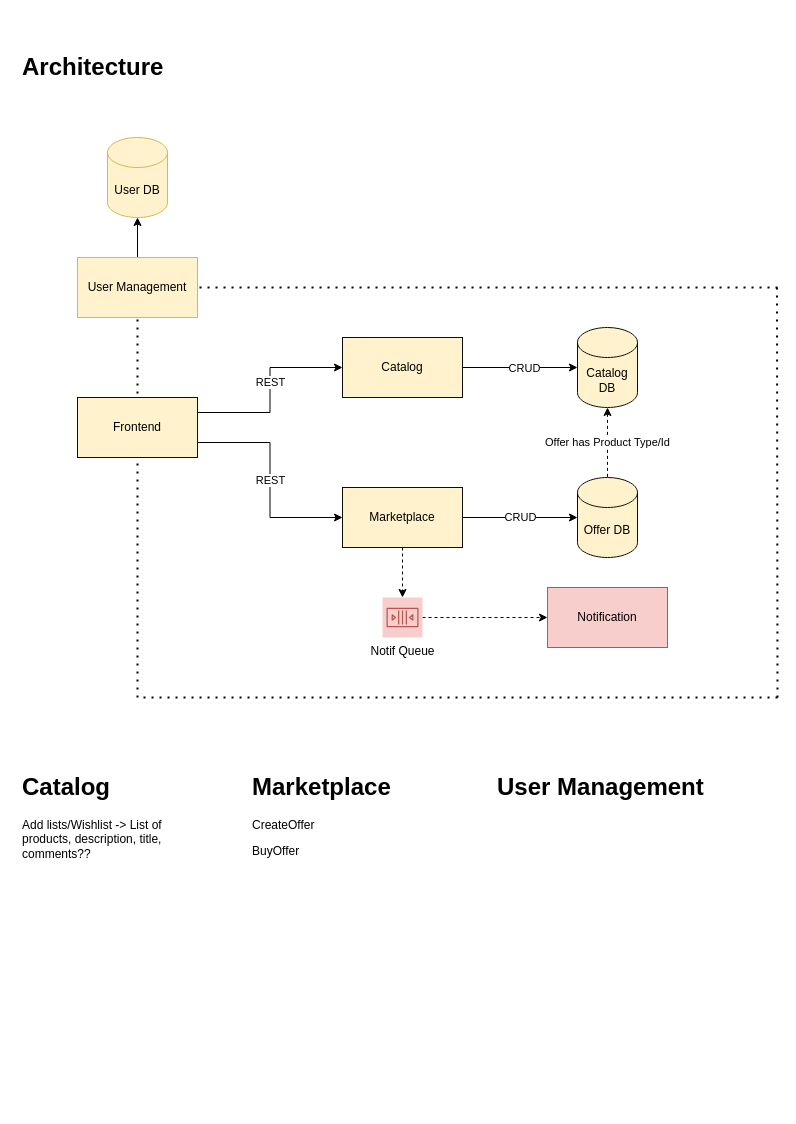
The draw.io diagram page "Architecture" (1 of 4) of doc/diagrams/architecture.drawio in FranciscoBarao/go-app, before the edit. Source tidied: cells renumbered, new cells numbered last; positions are measured from the earlier drawing's top-left corner, leaving out a move shared by most shapes. Both pictures are drawn from the tidied source at 100%, with x=0, y=0 at pixel (17, 47).
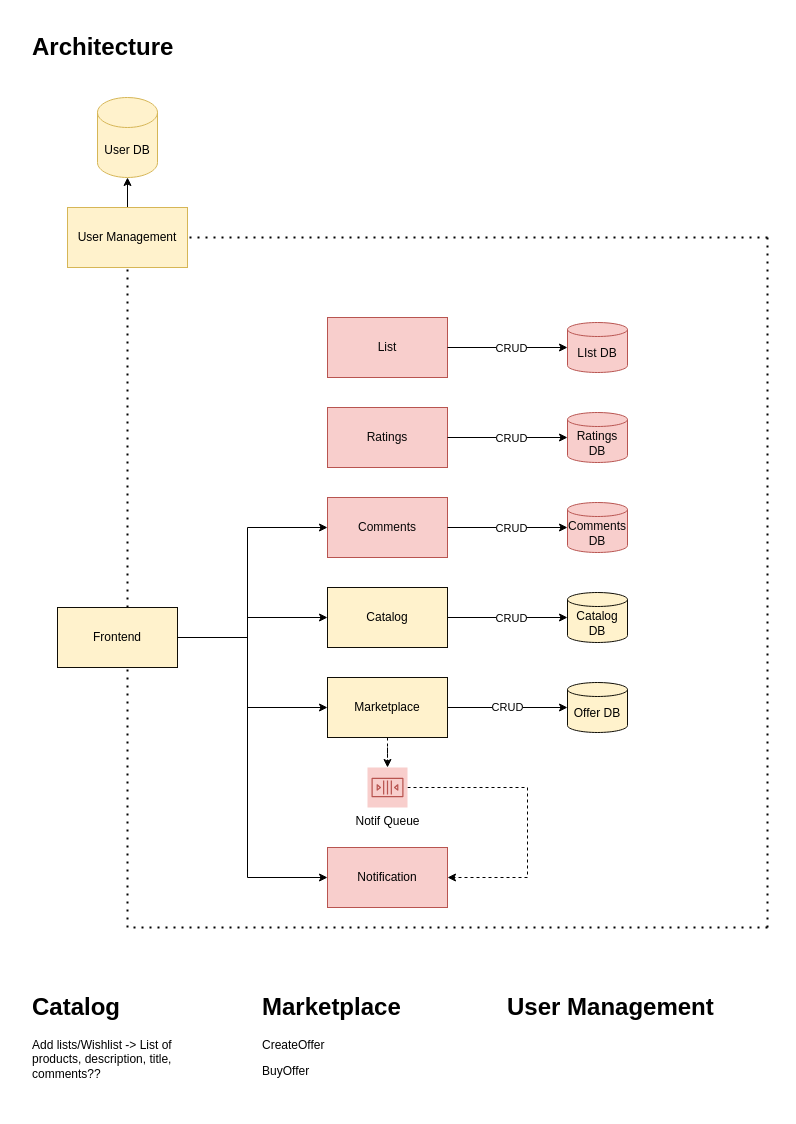
The same page after the edit.

The edit, as a diff of the source:
```diff
@@
     <mxCell id="4" value="Catalog" style="rounded=0;whiteSpace=wrap;html=1;fillColor=#fff2cc;strokeColor=#0F0D06;fontColor=#000000;" parent="1" vertex="1">
-      <mxGeometry x="325" y="290" width="120" height="60" as="geometry" />
+      <mxGeometry x="310" y="540" width="120" height="60" as="geometry" />
     </mxCell>
-    <mxCell id="5" value="Offer has Product Type/Id" style="edgeStyle=orthogonalEdgeStyle;rounded=0;jettySize=auto;html=1;dashed=1;verticalAlign=middle;startArrow=classic;startFill=1;endArrow=none;endFill=0;" parent="1" edge="1" source="6" target="11">
-      <mxGeometry relative="1" as="geometry" />
-    </mxCell>
-    <mxCell id="6" value="Catalog DB" style="shape=cylinder3;whiteSpace=wrap;html=1;boundedLbl=1;backgroundOutline=1;size=15;fillColor=#fff2cc;strokeColor=#0F0D06;fontColor=#000000;" parent="1" vertex="1">
-      <mxGeometry x="560" y="280" width="60" height="80" as="geometry" />
+    <mxCell id="6" value="Catalog DB" style="shape=cylinder3;whiteSpace=wrap;html=1;boundedLbl=1;backgroundOutline=1;size=7;fillColor=#fff2cc;strokeColor=#0F0D06;fontColor=#000000;" parent="1" vertex="1">
+      <mxGeometry x="550" y="545" width="60" height="50" as="geometry" />
     </mxCell>
-    <mxCell id="7" value="REST" style="edgeStyle=orthogonalEdgeStyle;rounded=0;jettySize=auto;html=1;exitX=1;exitY=0.25;exitDx=0;exitDy=0;entryX=0;entryY=0.5;entryDx=0;entryDy=0;" parent="1" edge="1" source="26" target="4">
-      <mxGeometry x="0.08" relative="1" as="geometry" />
+    <mxCell id="7" style="edgeStyle=orthogonalEdgeStyle;rounded=0;jettySize=auto;html=1;exitX=1;exitY=0.5;exitDx=0;exitDy=0;entryX=0;entryY=0.5;entryDx=0;entryDy=0;" parent="1" edge="1" source="26" target="4">
+      <mxGeometry x="0.08" relative="1" as="geometry">
+        <Array as="points">
+          <mxPoint x="230" y="590" />
+          <mxPoint x="230" y="570" />
+        </Array>
+      </mxGeometry>
     </mxCell>
     <mxCell id="8" value="CRUD" style="edgeStyle=orthogonalEdgeStyle;rounded=0;jettySize=auto;html=1;entryX=0;entryY=0.5;entryDx=0;entryDy=0;entryPerimeter=0;" parent="1" edge="1" source="10" target="11">
-      <mxGeometry relative="1" as="geometry" />
+      <mxGeometry relative="1" as="geometry">
+        <Array as="points">
+          <mxPoint x="500" y="660" />
+          <mxPoint x="500" y="660" />
+        </Array>
+      </mxGeometry>
     </mxCell>
@@
     <mxCell id="10" value="Marketplace" style="rounded=0;whiteSpace=wrap;html=1;fillColor=#fff2cc;strokeColor=#0F0D06;fontColor=#000000;" parent="1" vertex="1">
-      <mxGeometry x="325" y="440" width="120" height="60" as="geometry" />
+      <mxGeometry x="310" y="630" width="120" height="60" as="geometry" />
     </mxCell>
-    <mxCell id="11" value="Offer DB" style="shape=cylinder3;whiteSpace=wrap;html=1;boundedLbl=1;backgroundOutline=1;size=15;fillColor=#fff2cc;strokeColor=#0F0D06;fontColor=#000000;" parent="1" vertex="1">
-      <mxGeometry x="560" y="430" width="60" height="80" as="geometry" />
+    <mxCell id="11" value="Offer DB" style="shape=cylinder3;whiteSpace=wrap;html=1;boundedLbl=1;backgroundOutline=1;size=7;fillColor=#fff2cc;strokeColor=#0F0D06;fontColor=#000000;" parent="1" vertex="1">
+      <mxGeometry x="550" y="635" width="60" height="50" as="geometry" />
     </mxCell>
     <mxCell id="12" value="Notification" style="rounded=0;whiteSpace=wrap;html=1;fillColor=#f8cecc;strokeColor=#b85450;fontColor=#000000;" parent="1" vertex="1">
-      <mxGeometry x="530" y="540" width="120" height="60" as="geometry" />
+      <mxGeometry x="310" y="800" width="120" height="60" as="geometry" />
     </mxCell>
-    <mxCell id="13" value="REST" style="edgeStyle=orthogonalEdgeStyle;rounded=0;jettySize=auto;html=1;exitX=1;exitY=0.75;exitDx=0;exitDy=0;entryX=0;entryY=0.5;entryDx=0;entryDy=0;" parent="1" edge="1" source="26" target="10">
-      <mxGeometry relative="1" as="geometry" />
+    <mxCell id="13" style="edgeStyle=orthogonalEdgeStyle;rounded=0;jettySize=auto;html=1;exitX=1;exitY=0.5;exitDx=0;exitDy=0;entryX=0;entryY=0.5;entryDx=0;entryDy=0;" parent="1" edge="1" source="26" target="10">
+      <mxGeometry relative="1" as="geometry">
+        <Array as="points">
+          <mxPoint x="230" y="590" />
+          <mxPoint x="230" y="660" />
+        </Array>
+      </mxGeometry>
     </mxCell>
-    <mxCell id="14" style="edgeStyle=orthogonalEdgeStyle;rounded=0;jettySize=auto;html=1;dashed=1;entryX=0;entryY=0.5;entryDx=0;entryDy=0;" parent="1" edge="1" source="15" target="12">
+    <mxCell id="14" style="edgeStyle=orthogonalEdgeStyle;rounded=0;jettySize=auto;html=1;dashed=1;entryX=1;entryY=0.5;entryDx=0;entryDy=0;" parent="1" edge="1" source="15" target="12">
       <mxGeometry relative="1" as="geometry">
         <Array as="points">
-          <mxPoint x="530" y="570" />
+          <mxPoint x="510" y="740" />
+          <mxPoint x="510" y="830" />
         </Array>
       </mxGeometry>
     </mxCell>
     <mxCell id="15" value="Notif Queue" style="sketch=0;outlineConnect=0;strokeColor=#b85450;fillColor=#f8cecc;dashed=0;verticalLabelPosition=bottom;verticalAlign=top;align=center;html=1;fontSize=12;fontStyle=0;shape=mxgraph.aws4.resourceIcon;resIcon=mxgraph.aws4.queue;" parent="1" vertex="1">
-      <mxGeometry x="365" y="550" width="40" height="40" as="geometry" />
+      <mxGeometry x="350" y="720" width="40" height="40" as="geometry" />
     </mxCell>
     <mxCell id="16" value="&lt;h1&gt;Architecture&lt;/h1&gt;&lt;p&gt;&lt;br&gt;&lt;/p&gt;" style="text;html=1;strokeColor=none;fillColor=none;spacing=5;spacingTop=-20;whiteSpace=wrap;overflow=hidden;rounded=0;" parent="1" vertex="1">
-      <mxGeometry width="160" height="40" as="geometry" />
+      <mxGeometry x="10" y="-20" width="160" height="40" as="geometry" />
     </mxCell>
     <mxCell id="17" value="&lt;h1&gt;Marketplace&lt;/h1&gt;&lt;p&gt;CreateOffer&lt;/p&gt;&lt;p&gt;BuyOffer&lt;/p&gt;&lt;p&gt;&lt;br&gt;&lt;/p&gt;" style="text;html=1;strokeColor=none;fillColor=none;spacing=5;spacingTop=-20;whiteSpace=wrap;overflow=hidden;rounded=0;" parent="1" vertex="1">
-      <mxGeometry x="230" y="720" width="190" height="120" as="geometry" />
+      <mxGeometry x="240" y="940" width="190" height="120" as="geometry" />
     </mxCell>
     <mxCell id="18" value="&lt;h1&gt;Catalog&lt;/h1&gt;&lt;p&gt;&lt;span&gt;Add lists/Wishlist -&amp;gt; List of products, description, title, comments??&lt;/span&gt;&lt;br&gt;&lt;/p&gt;&lt;p&gt;&lt;br&gt;&lt;/p&gt;" style="text;html=1;strokeColor=none;fillColor=none;spacing=5;spacingTop=-20;whiteSpace=wrap;overflow=hidden;rounded=0;" parent="1" vertex="1">
-      <mxGeometry y="720" width="190" height="100" as="geometry" />
+      <mxGeometry x="10" y="940" width="190" height="120" as="geometry" />
     </mxCell>
@@
     <mxCell id="20" value="User Management" style="rounded=0;whiteSpace=wrap;html=1;fillColor=#fff2cc;strokeColor=#d6b656;fontColor=#000000;" parent="1" vertex="1">
-      <mxGeometry x="60" y="210" width="120" height="60" as="geometry" />
+      <mxGeometry x="50" y="160" width="120" height="60" as="geometry" />
     </mxCell>
     <mxCell id="21" value="&lt;h1&gt;User Management&lt;/h1&gt;" style="text;html=1;strokeColor=none;fillColor=none;spacing=5;spacingTop=-20;whiteSpace=wrap;overflow=hidden;rounded=0;" parent="1" vertex="1">
-      <mxGeometry x="475" y="720" width="230" height="120" as="geometry" />
+      <mxGeometry x="485" y="940" width="230" height="120" as="geometry" />
     </mxCell>
-    <mxCell id="22" style="endArrow=none;dashed=1;html=1;dashPattern=1 3;strokeWidth=2;rounded=0;" parent="1" edge="1">
+    <mxCell id="22" style="endArrow=none;dashed=1;html=1;dashPattern=1 3;strokeWidth=2;rounded=0;entryX=0.5;entryY=1;entryDx=0;entryDy=0;" parent="1" edge="1" target="20">
       <mxGeometry relative="1" as="geometry">
-        <mxPoint x="120" y="650" as="sourcePoint" />
-        <mxPoint x="120" y="270" as="targetPoint" />
+        <mxPoint x="110" y="880" as="sourcePoint" />
       </mxGeometry>
     </mxCell>
     <mxCell id="23" style="endArrow=none;dashed=1;html=1;dashPattern=1 3;strokeWidth=2;rounded=0;entryX=1;entryY=0.5;entryDx=0;entryDy=0;" parent="1" edge="1" target="20">
       <mxGeometry relative="1" as="geometry">
-        <mxPoint x="760" y="240" as="sourcePoint" />
+        <mxPoint x="750" y="190" as="sourcePoint" />
+        <Array as="points">
+          <mxPoint x="550" y="190" />
+        </Array>
       </mxGeometry>
     </mxCell>
     <mxCell id="24" style="endArrow=none;dashed=1;html=1;dashPattern=1 3;strokeWidth=2;rounded=0;" parent="1" edge="1">
       <mxGeometry relative="1" as="geometry">
-        <mxPoint x="760" y="650" as="sourcePoint" />
-        <mxPoint x="759.5" y="240" as="targetPoint" />
+        <mxPoint x="750" y="880" as="sourcePoint" />
+        <mxPoint x="750" y="190" as="targetPoint" />
       </mxGeometry>
     </mxCell>
     <mxCell id="25" style="endArrow=none;dashed=1;html=1;dashPattern=1 3;strokeWidth=2;rounded=0;" parent="1" edge="1">
       <mxGeometry relative="1" as="geometry">
-        <mxPoint x="760" y="650" as="sourcePoint" />
-        <mxPoint x="120" y="650" as="targetPoint" />
+        <mxPoint x="750" y="880" as="sourcePoint" />
+        <mxPoint x="110" y="880" as="targetPoint" />
       </mxGeometry>
     </mxCell>
     <mxCell id="26" value="Frontend" style="rounded=0;whiteSpace=wrap;html=1;fillColor=#fff2cc;strokeColor=#0F0D06;fontColor=#000000;" parent="1" vertex="1">
-      <mxGeometry x="60" y="350" width="120" height="60" as="geometry" />
+      <mxGeometry x="40" y="560" width="120" height="60" as="geometry" />
     </mxCell>
     <mxCell id="27" value="&lt;font color=&quot;#000000&quot;&gt;User DB&lt;/font&gt;" style="shape=cylinder3;whiteSpace=wrap;html=1;boundedLbl=1;backgroundOutline=1;size=15;fillColor=#fff2cc;strokeColor=#d6b656;" parent="1" vertex="1">
-      <mxGeometry x="90" y="90" width="60" height="80" as="geometry" />
+      <mxGeometry x="80" y="50" width="60" height="80" as="geometry" />
     </mxCell>
+    <mxCell id="28" value="&lt;font color=&quot;#080808&quot;&gt;Comments&lt;br&gt;&lt;/font&gt;" style="rounded=0;whiteSpace=wrap;html=1;fillColor=#f8cecc;strokeColor=#b85450;" parent="1" vertex="1">
+      <mxGeometry x="310" y="450" width="120" height="60" as="geometry" />
+    </mxCell>
+    <mxCell id="29" style="edgeStyle=orthogonalEdgeStyle;rounded=0;jettySize=auto;html=1;exitX=1;exitY=0.5;exitDx=0;exitDy=0;" parent="1" edge="1" source="28">
+      <mxGeometry relative="1" as="geometry">
+        <mxPoint x="550" y="480" as="targetPoint" />
+      </mxGeometry>
+    </mxCell>
+    <mxCell id="30" value="CRUD" style="edgeLabel;html=1;align=center;verticalAlign=middle;" parent="29" vertex="1">
+      <mxGeometry x="-0.32" relative="1" as="geometry">
+        <mxPoint x="22" as="offset" />
+      </mxGeometry>
+    </mxCell>
+    <mxCell id="31" style="edgeStyle=orthogonalEdgeStyle;rounded=0;jettySize=auto;html=1;exitX=1;exitY=0.5;exitDx=0;exitDy=0;entryX=0;entryY=0.5;entryDx=0;entryDy=0;" parent="1" edge="1" source="26" target="12">
+      <mxGeometry relative="1" as="geometry">
+        <Array as="points">
+          <mxPoint x="230" y="590" />
+          <mxPoint x="230" y="830" />
+        </Array>
+      </mxGeometry>
+    </mxCell>
+    <mxCell id="32" value="&lt;font color=&quot;#080808&quot;&gt;Ratings&lt;br&gt;&lt;/font&gt;" style="rounded=0;whiteSpace=wrap;html=1;fillColor=#f8cecc;strokeColor=#b85450;" parent="1" vertex="1">
+      <mxGeometry x="310" y="360" width="120" height="60" as="geometry" />
+    </mxCell>
+    <mxCell id="33" value="&lt;font color=&quot;#080808&quot;&gt;List&lt;br&gt;&lt;/font&gt;" style="rounded=0;whiteSpace=wrap;html=1;fillColor=#f8cecc;strokeColor=#b85450;" parent="1" vertex="1">
+      <mxGeometry x="310" y="270" width="120" height="60" as="geometry" />
+    </mxCell>
+    <mxCell id="34" value="Comments DB" style="shape=cylinder3;whiteSpace=wrap;html=1;boundedLbl=1;backgroundOutline=1;size=7;fillColor=#f8cecc;strokeColor=#b85450;fontColor=#080808;" parent="1" vertex="1">
+      <mxGeometry x="550" y="455" width="60" height="50" as="geometry" />
+    </mxCell>
+    <mxCell id="35" value="Ratings DB" style="shape=cylinder3;whiteSpace=wrap;html=1;boundedLbl=1;backgroundOutline=1;size=7;fillColor=#f8cecc;strokeColor=#b85450;fontColor=#080808;" parent="1" vertex="1">
+      <mxGeometry x="550" y="365" width="60" height="50" as="geometry" />
+    </mxCell>
+    <mxCell id="36" value="LIst DB" style="shape=cylinder3;whiteSpace=wrap;html=1;boundedLbl=1;backgroundOutline=1;size=7;fillColor=#f8cecc;strokeColor=#b85450;fontColor=#080808;" parent="1" vertex="1">
+      <mxGeometry x="550" y="275" width="60" height="50" as="geometry" />
+    </mxCell>
+    <mxCell id="37" style="edgeStyle=orthogonalEdgeStyle;rounded=0;jettySize=auto;html=1;exitX=1;exitY=0.5;exitDx=0;exitDy=0;entryX=0;entryY=0.5;entryDx=0;entryDy=0;entryPerimeter=0;" parent="1" edge="1" source="32" target="35">
+      <mxGeometry relative="1" as="geometry" />
+    </mxCell>
+    <mxCell id="38" value="CRUD" style="edgeLabel;html=1;align=center;verticalAlign=middle;" parent="37" vertex="1">
+      <mxGeometry x="-0.32" relative="1" as="geometry">
+        <mxPoint x="22" as="offset" />
+      </mxGeometry>
+    </mxCell>
+    <mxCell id="39" style="edgeStyle=orthogonalEdgeStyle;rounded=0;jettySize=auto;html=1;exitX=1;exitY=0.5;exitDx=0;exitDy=0;entryX=0;entryY=0.5;entryDx=0;entryDy=0;entryPerimeter=0;" parent="1" edge="1" source="33" target="36">
+      <mxGeometry relative="1" as="geometry" />
+    </mxCell>
+    <mxCell id="40" value="CRUD" style="edgeLabel;html=1;align=center;verticalAlign=middle;" parent="39" vertex="1">
+      <mxGeometry x="-0.32" relative="1" as="geometry">
+        <mxPoint x="22" as="offset" />
+      </mxGeometry>
+    </mxCell>
+    <mxCell id="41" style="edgeStyle=orthogonalEdgeStyle;rounded=0;jettySize=auto;html=1;exitX=1;exitY=0.5;exitDx=0;exitDy=0;entryX=0;entryY=0.5;entryDx=0;entryDy=0;" parent="1" edge="1" source="26" target="28">
+      <mxGeometry x="0.08" relative="1" as="geometry">
+        <Array as="points">
+          <mxPoint x="230" y="590" />
+          <mxPoint x="230" y="480" />
+        </Array>
+      </mxGeometry>
+    </mxCell>
```
